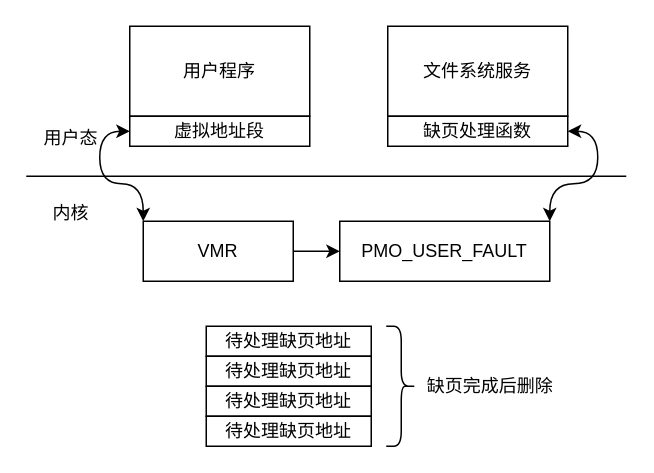
Above: vfs/chfs_kernel_extend.drawio in ReimuYk/drawio_master_graduate_paper (draw.io), before the change. Source tidied: cells renumbered, new cells numbered last; positions are measured from the earlier drawing's top-left corner, leaving out a move shared by most shapes. Both pictures are drawn from the tidied source at 150%, with x=0, y=0 at pixel (26, 26).
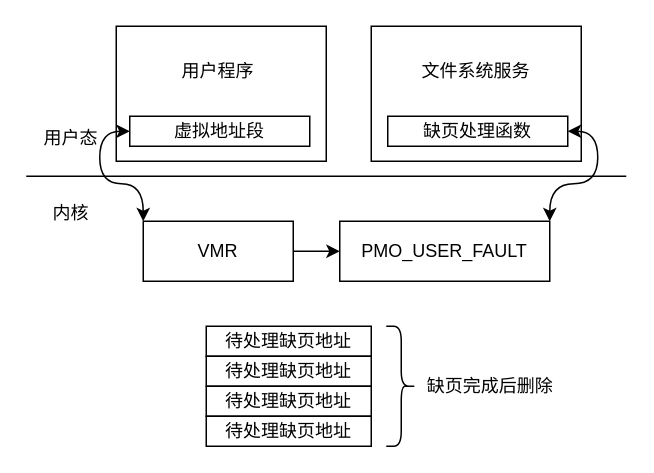
The same diagram, later.

The change refers to these unchanged cells:
```xml
<mxCell id="6" value="PMO_USER_FAULT" style="rounded=0;whiteSpace=wrap;html=1;" parent="1" vertex="1">
  <mxGeometry x="209" y="130" width="140" height="40" as="geometry" />
</mxCell>
<mxCell id="9" value="VMR" style="rounded=0;whiteSpace=wrap;html=1;" parent="1" vertex="1">
  <mxGeometry x="78" y="130" width="100" height="40" as="geometry" />
</mxCell>
<mxCell id="12" value="缺页处理函数" style="rounded=0;whiteSpace=wrap;html=1;" parent="1" vertex="1">
  <mxGeometry x="241" y="60" width="120" height="20" as="geometry" />
</mxCell>
<mxCell id="13" value="虚拟地址段" style="rounded=0;whiteSpace=wrap;html=1;" parent="1" vertex="1">
  <mxGeometry x="69" y="60" width="120" height="20" as="geometry" />
</mxCell>
```

Change to the diagram source:
```diff
@@
-    <mxCell id="5" style="edgeStyle=orthogonalEdgeStyle;rounded=0;jettySize=auto;html=1;exitX=1;exitY=0;exitDx=0;exitDy=0;entryX=1;entryY=0.5;entryDx=0;entryDy=0;startArrow=classic;startFill=1;curved=1;" parent="1" edge="1" source="6" target="12">
-      <mxGeometry relative="1" as="geometry" />
-    </mxCell>
@@
-    <mxCell id="8" style="edgeStyle=orthogonalEdgeStyle;curved=1;rounded=0;jettySize=auto;html=1;exitX=0;exitY=0;exitDx=0;exitDy=0;entryX=0;entryY=0.5;entryDx=0;entryDy=0;startArrow=classic;startFill=1;" parent="1" edge="1" source="9" target="13">
-      <mxGeometry relative="1" as="geometry" />
-    </mxCell>
@@
-    <mxCell id="10" value="用户程序" style="rounded=0;whiteSpace=wrap;html=1;" parent="1" vertex="1">
-      <mxGeometry x="69" width="120" height="60" as="geometry" />
+    <mxCell id="10" style="rounded=0;whiteSpace=wrap;html=1;" parent="1" vertex="1">
+      <mxGeometry x="60" width="140" height="90" as="geometry" />
     </mxCell>
-    <mxCell id="11" value="文件系统服务" style="rounded=0;whiteSpace=wrap;html=1;" parent="1" vertex="1">
-      <mxGeometry x="241" width="120" height="60" as="geometry" />
+    <mxCell id="11" style="rounded=0;whiteSpace=wrap;html=1;" parent="1" vertex="1">
+      <mxGeometry x="230" width="140" height="90" as="geometry" />
     </mxCell>
@@
+    <mxCell id="20" value="用户程序" style="text;html=1;strokeColor=none;fillColor=none;align=center;verticalAlign=middle;whiteSpace=wrap;rounded=0;" parent="1" vertex="1">
+      <mxGeometry x="98" y="15" width="60" height="30" as="geometry" />
+    </mxCell>
+    <mxCell id="8" style="edgeStyle=orthogonalEdgeStyle;curved=1;rounded=0;jettySize=auto;html=1;exitX=0;exitY=0;exitDx=0;exitDy=0;entryX=0;entryY=0.5;entryDx=0;entryDy=0;startArrow=classic;startFill=1;" parent="1" edge="1" source="9" target="13">
+      <mxGeometry relative="1" as="geometry">
+        <Array as="points">
+          <mxPoint x="78" y="105" />
+          <mxPoint x="49" y="105" />
+          <mxPoint x="49" y="70" />
+        </Array>
+      </mxGeometry>
+    </mxCell>
+    <mxCell id="21" value="文件系统服务" style="text;html=1;strokeColor=none;fillColor=none;align=center;verticalAlign=middle;whiteSpace=wrap;rounded=0;" parent="1" vertex="1">
+      <mxGeometry x="260" y="15" width="80" height="30" as="geometry" />
+    </mxCell>
+    <mxCell id="5" style="edgeStyle=orthogonalEdgeStyle;rounded=0;jettySize=auto;html=1;exitX=1;exitY=0;exitDx=0;exitDy=0;entryX=1;entryY=0.5;entryDx=0;entryDy=0;startArrow=classic;startFill=1;curved=1;" parent="1" edge="1" source="6" target="12">
+      <mxGeometry relative="1" as="geometry" />
+    </mxCell>
```
